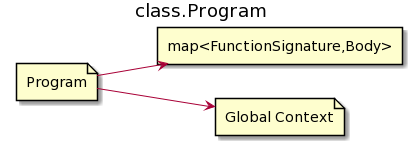
This is img/classes/class.program.png from AndreyBezverkhniy/KVM, a PlantUML export, as it was before one commit. The source it was exported from:
```plantuml
@startuml
left to right direction
title class.Program

file Program
rectangle "map<FunctionSignature,Body>" as functions
file "Global Context" as globalContext

Program-->functions
Program-->globalContext
@enduml
```
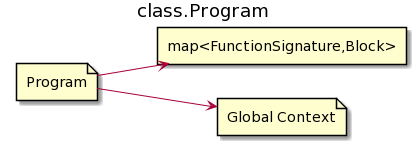
Above is the later version.

Commit message:
spec: class.body changed to block

Change to the diagram source:
```diff
@@ -3,7 +3,7 @@
 title class.Program
 
 file Program
-rectangle "map<FunctionSignature,Body>" as functions
+rectangle "map<FunctionSignature,Block>" as functions
 file "Global Context" as globalContext
 
 Program-->functions
```
